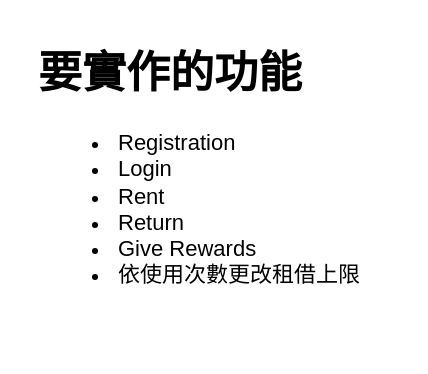
This is page "第 3 页" (3 of 3) of ERD.drawio from tp12356twNccu/OOP_1122_finalProject_Group12, a draw.io file, before an edit. Source tidied: cells renumbered, new cells numbered last; positions are measured from the earlier drawing's top-left corner, leaving out a move shared by most shapes. Both pictures are drawn from the tidied source at 200%, with x=0, y=0 at pixel (34, 34).
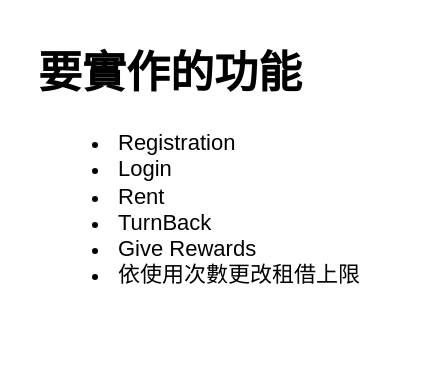
After the change.

The edit, as a diff of the source:
```diff
@@
 <mxGraphModel>
   <root>
     <mxCell id="0" />
     <mxCell id="1" parent="0" />
-    <mxCell id="2" value="&lt;h1 style=&quot;margin-top: 0px;&quot;&gt;要實作的功能&lt;/h1&gt;&lt;p&gt;&lt;/p&gt;&lt;ul&gt;&lt;li&gt;Registration&lt;/li&gt;&lt;li&gt;Login&lt;/li&gt;&lt;li&gt;Rent&lt;/li&gt;&lt;li&gt;Return&lt;/li&gt;&lt;li&gt;Give Rewards&lt;/li&gt;&lt;li&gt;依使用次數更改租借上限&lt;/li&gt;&lt;/ul&gt;&lt;p&gt;&lt;/p&gt;" style="text;html=1;whiteSpace=wrap;overflow=hidden;rounded=0;fontFamily=Helvetica;fontSize=11;fontColor=default;labelBackgroundColor=default;" parent="1" vertex="1">
+    <mxCell id="2" value="&lt;h1 style=&quot;margin-top: 0px;&quot;&gt;要實作的功能&lt;/h1&gt;&lt;p&gt;&lt;/p&gt;&lt;ul&gt;&lt;li&gt;Registration&lt;/li&gt;&lt;li&gt;Login&lt;/li&gt;&lt;li&gt;Rent&lt;/li&gt;&lt;li&gt;TurnBack&lt;/li&gt;&lt;li&gt;Give Rewards&lt;/li&gt;&lt;li&gt;依使用次數更改租借上限&lt;/li&gt;&lt;/ul&gt;&lt;p&gt;&lt;/p&gt;" style="text;html=1;whiteSpace=wrap;overflow=hidden;rounded=0;fontFamily=Helvetica;fontSize=11;fontColor=default;labelBackgroundColor=default;" parent="1" vertex="1">
       <mxGeometry width="180" height="150" as="geometry" />
     </mxCell>
   </root>
 </mxGraphModel>
```
